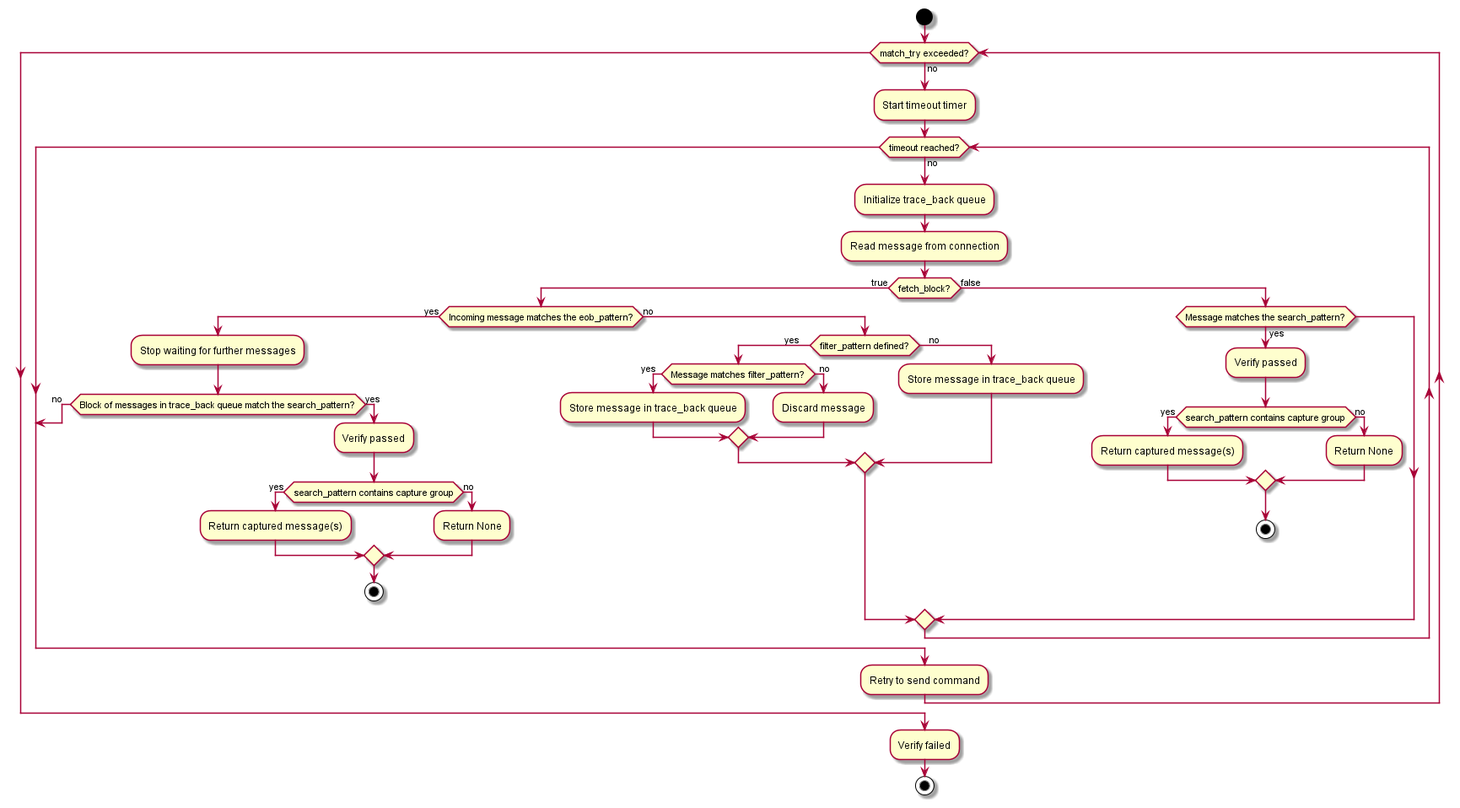
The PlantUML diagram packagedoc/additional_docs/pictures/verify_activity.png in test-fullautomation/robotframework-qconnect-base, before a commit.
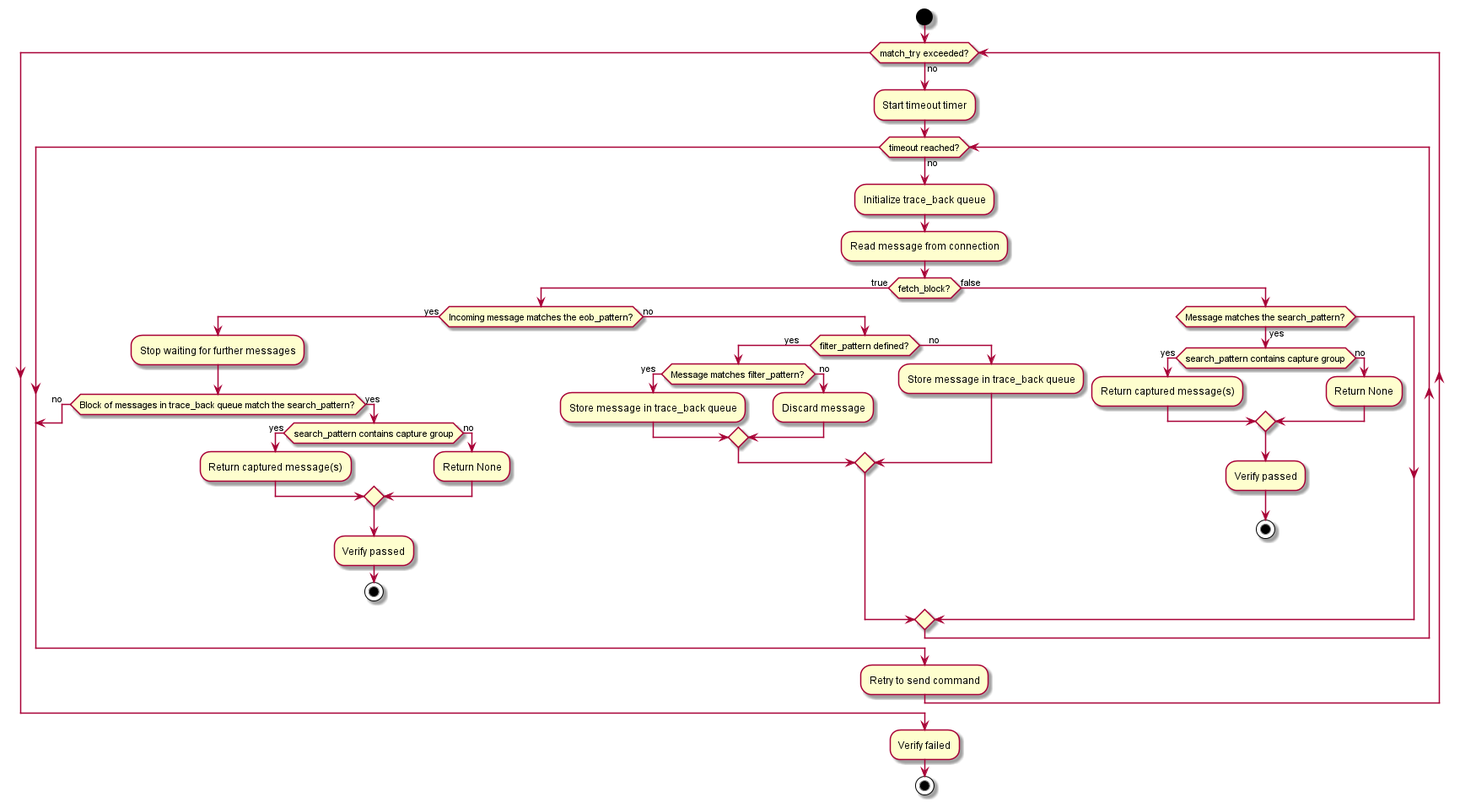
After the commit.

Commit message:
updated uml to move the 'Verify passed' to the bottom

The edit, as a diff of the source:
```diff
@@ -12,12 +12,12 @@
             if (Block of messages in trace_back queue match the search_pattern?) then (no   )
                break
             else (yes)
-               :Verify passed;
                if (search_pattern contains capture group) then (yes)
                   :Return captured message(s);
                else (no)
                   :Return None;
                endif
+               :Verify passed;
                stop
             endif
          else (no)
@@ -33,12 +33,12 @@
          endif
       else (false)
          if (Message matches the search_pattern?) then (yes)
-            :Verify passed;
             if (search_pattern contains capture group) then (yes)
                :Return captured message(s);
             else (no)
                :Return None;
             endif
+            :Verify passed;
             stop
          endif
       endif
```
